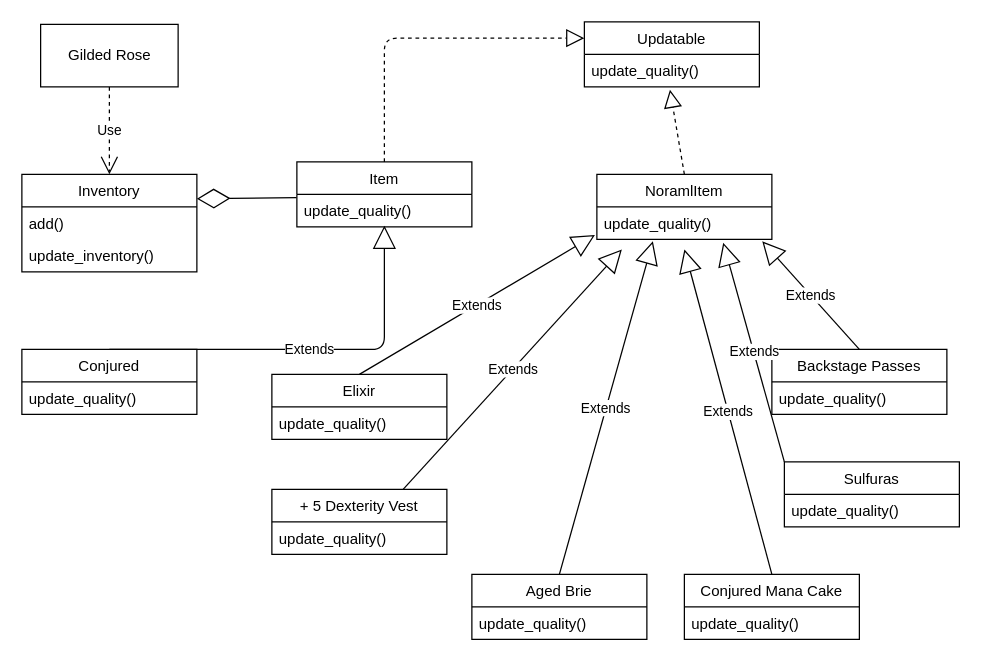
Before: DDD/domain_model.drawio in OllivandersProject/Ollivanders, a draw.io diagram. Source tidied: cells renumbered, new cells numbered last; positions are measured from the earlier drawing's top-left corner, leaving out a move shared by most shapes. Both pictures are drawn from the tidied source at 125%, with x=0, y=0 at pixel (21, 21).
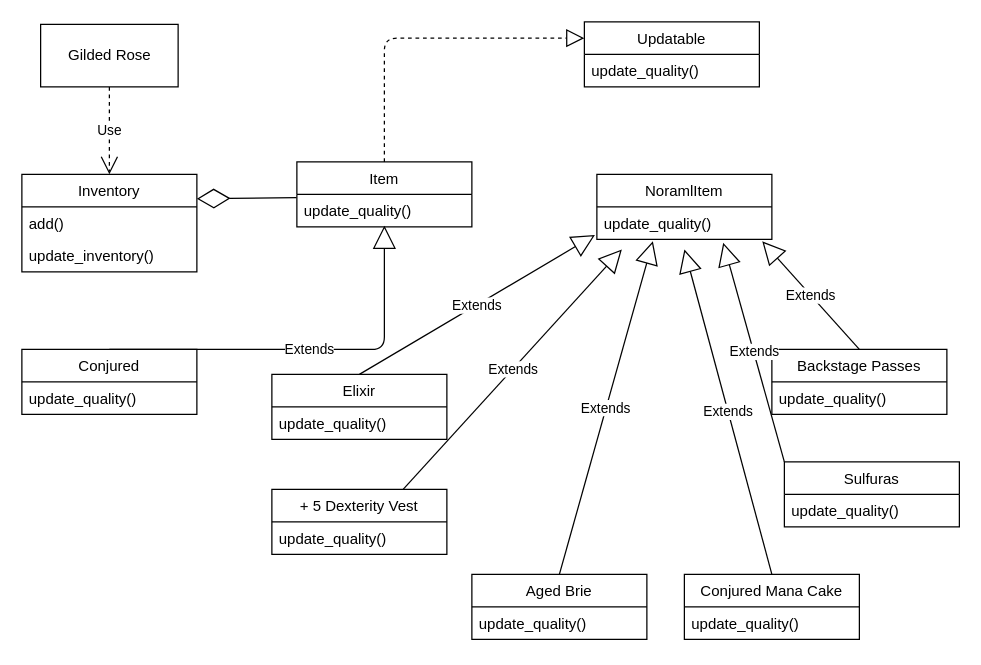
Above is the later version.

Commit message (it also covers changes not shown here):
docs: :memo: Update domain model and .gitignore

Unchanged cells that the change refers to:
```xml
<mxCell id="9" value="update_quality()" style="text;strokeColor=none;fillColor=none;align=left;verticalAlign=top;spacingLeft=4;spacingRight=4;overflow=hidden;points=[[0,0.5],[1,0.5]];portConstraint=eastwest;" parent="8" vertex="1">
  <mxGeometry y="26" width="140" height="26" as="geometry" />
</mxCell>
<mxCell id="10" value="NoramlItem" style="swimlane;fontStyle=0;horizontal=1;startSize=26;fillColor=none;" parent="1" vertex="1">
  <mxGeometry x="460" y="122" width="140" height="52" as="geometry" />
</mxCell>
```

What changed in the source:
```diff
@@
-    <mxCell id="26" style="endArrow=block;dashed=1;endFill=0;endSize=12;html=1;entryX=0.489;entryY=1.087;entryDx=0;entryDy=0;entryPerimeter=0;exitX=0.5;exitY=0;exitDx=0;exitDy=0;" parent="1" edge="1" source="10" target="9">
-      <mxGeometry relative="1" as="geometry" />
-    </mxCell>
```
